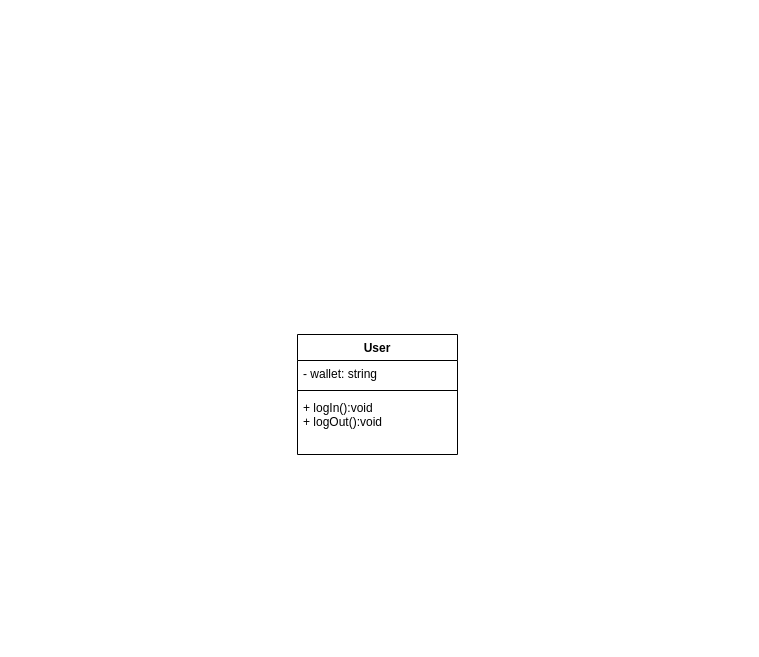
This is Class diagram.drawio.xml from Asilvorcarp/draw.io, a draw.io file, before an edit. Source tidied: cells renumbered, new cells numbered last; positions are measured from the earlier drawing's top-left corner, leaving out a move shared by most shapes. Both pictures are drawn from the tidied source at 100%, with x=0, y=0 at pixel (297, 334).
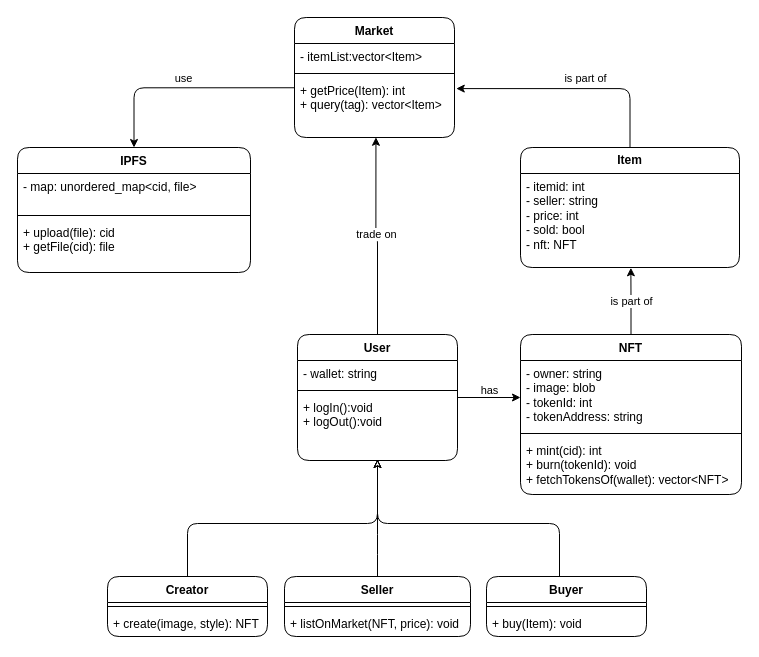
The same page after the edit.

Diff of the diagram source:
```diff
@@
+    <mxCell id="6" style="edgeStyle=orthogonalEdgeStyle;rounded=1;jettySize=auto;html=1;endArrow=classic;endFill=0;" parent="1" edge="1" source="7">
+      <mxGeometry relative="1" as="geometry">
+        <mxPoint x="80" y="125" as="targetPoint" />
+        <Array as="points">
+          <mxPoint x="262" y="189" />
+          <mxPoint x="80" y="189" />
+        </Array>
+      </mxGeometry>
+    </mxCell>
+    <mxCell id="7" value="Buyer" style="swimlane;fontStyle=1;align=center;verticalAlign=top;horizontal=1;startSize=26;whiteSpace=wrap;html=1;rounded=1;" parent="1" vertex="1">
+      <mxGeometry x="189" y="242" width="160" height="60" as="geometry" />
+    </mxCell>
+    <mxCell id="8" style="line;strokeWidth=1;fillColor=none;align=left;verticalAlign=middle;spacingTop=-1;spacingLeft=3;spacingRight=3;labelPosition=right;strokeColor=inherit;" parent="7" vertex="1">
+      <mxGeometry y="26" width="160" height="8" as="geometry" />
+    </mxCell>
+    <mxCell id="9" value="+ buy(Item): void" style="text;strokeColor=none;fillColor=none;align=left;verticalAlign=top;spacingLeft=4;spacingRight=4;overflow=hidden;whiteSpace=wrap;html=1;" parent="7" vertex="1">
+      <mxGeometry y="34" width="160" height="26" as="geometry" />
+    </mxCell>
+    <mxCell id="10" style="edgeStyle=orthogonalEdgeStyle;rounded=1;jettySize=auto;html=1;exitX=0;exitY=0.171;exitDx=0;exitDy=0;exitPerimeter=0;" parent="1" edge="1" source="15" target="16">
+      <mxGeometry relative="1" as="geometry" />
+    </mxCell>
+    <mxCell id="11" value="use" style="edgeLabel;html=1;align=center;verticalAlign=middle;" parent="10" vertex="1">
+      <mxGeometry x="0.01" y="-2" relative="1" as="geometry">
+        <mxPoint y="-8" as="offset" />
+      </mxGeometry>
+    </mxCell>
+    <mxCell id="12" value="Market" style="swimlane;fontStyle=1;align=center;verticalAlign=top;horizontal=1;startSize=26;whiteSpace=wrap;html=1;rounded=1;" parent="1" vertex="1">
+      <mxGeometry x="-3" y="-317" width="160" height="120" as="geometry" />
+    </mxCell>
+    <mxCell id="13" value="- itemList:vector&amp;lt;Item&amp;gt;" style="text;strokeColor=none;fillColor=none;align=left;verticalAlign=top;spacingLeft=4;spacingRight=4;overflow=hidden;whiteSpace=wrap;html=1;rounded=1;" parent="12" vertex="1">
+      <mxGeometry y="26" width="160" height="26" as="geometry" />
+    </mxCell>
+    <mxCell id="14" style="line;strokeWidth=1;fillColor=none;align=left;verticalAlign=middle;spacingTop=-1;spacingLeft=3;spacingRight=3;labelPosition=right;strokeColor=inherit;" parent="12" vertex="1">
+      <mxGeometry y="52" width="160" height="8" as="geometry" />
+    </mxCell>
+    <mxCell id="15" value="+ getPrice(Item): int&lt;br&gt;+ query(tag):&amp;nbsp;vector&amp;lt;Item&amp;gt;" style="text;strokeColor=none;fillColor=none;align=left;verticalAlign=top;spacingLeft=4;spacingRight=4;overflow=hidden;points=[[0,0.5],[1,0.5]];portConstraint=eastwest;whiteSpace=wrap;html=1;" parent="12" vertex="1">
+      <mxGeometry y="60" width="160" height="60" as="geometry" />
+    </mxCell>
+    <mxCell id="16" value="IPFS" style="swimlane;fontStyle=1;align=center;verticalAlign=top;horizontal=1;startSize=26;whiteSpace=wrap;html=1;rounded=1;" parent="1" vertex="1">
+      <mxGeometry x="-280" y="-187" width="233" height="125" as="geometry" />
+    </mxCell>
+    <mxCell id="17" value="- map: unordered_map&amp;lt;cid, file&amp;gt;" style="text;strokeColor=none;fillColor=none;align=left;verticalAlign=top;spacingLeft=4;spacingRight=4;overflow=hidden;whiteSpace=wrap;html=1;" parent="16" vertex="1">
+      <mxGeometry y="26" width="233" height="38" as="geometry" />
+    </mxCell>
+    <mxCell id="18" style="line;strokeWidth=1;fillColor=none;align=left;verticalAlign=middle;spacingTop=-1;spacingLeft=3;spacingRight=3;labelPosition=right;strokeColor=inherit;" parent="16" vertex="1">
+      <mxGeometry y="64" width="233" height="8" as="geometry" />
+    </mxCell>
+    <mxCell id="19" value="+ upload(file): cid&lt;br&gt;+ getFile(cid): file" style="text;strokeColor=none;fillColor=none;align=left;verticalAlign=top;spacingLeft=4;spacingRight=4;overflow=hidden;whiteSpace=wrap;html=1;" parent="16" vertex="1">
+      <mxGeometry y="72" width="233" height="53" as="geometry" />
+    </mxCell>
+    <mxCell id="20" value="is part of" style="edgeStyle=orthogonalEdgeStyle;rounded=0;jettySize=auto;html=1;entryX=0.504;entryY=1.003;entryDx=0;entryDy=0;entryPerimeter=0;" parent="1" edge="1" source="21" target="28">
+      <mxGeometry relative="1" as="geometry" />
+    </mxCell>
+    <mxCell id="21" value="NFT" style="swimlane;fontStyle=1;align=center;verticalAlign=top;horizontal=1;startSize=26;whiteSpace=wrap;html=1;rounded=1;" parent="1" vertex="1">
+      <mxGeometry x="223" width="221" height="160" as="geometry" />
+    </mxCell>
+    <mxCell id="22" value="- owner: string&lt;br&gt;- image: blob&lt;br&gt;- tokenId: int&lt;br&gt;- tokenAddress: string" style="text;strokeColor=none;fillColor=none;align=left;verticalAlign=top;spacingLeft=4;spacingRight=4;overflow=hidden;whiteSpace=wrap;html=1;" parent="21" vertex="1">
+      <mxGeometry y="26" width="221" height="69" as="geometry" />
+    </mxCell>
+    <mxCell id="23" style="line;strokeWidth=1;fillColor=none;align=left;verticalAlign=middle;spacingTop=-1;spacingLeft=3;spacingRight=3;labelPosition=right;strokeColor=inherit;" parent="21" vertex="1">
+      <mxGeometry y="95" width="221" height="8" as="geometry" />
+    </mxCell>
+    <mxCell id="24" value="+ mint(cid): int&lt;br&gt;+ burn(tokenId): void&lt;br&gt;+ fetchTokensOf(wallet): vector&amp;lt;NFT&amp;gt;" style="text;strokeColor=none;fillColor=none;align=left;verticalAlign=top;spacingLeft=4;spacingRight=4;overflow=hidden;whiteSpace=wrap;html=1;" parent="21" vertex="1">
+      <mxGeometry y="103" width="221" height="57" as="geometry" />
+    </mxCell>
+    <mxCell id="25" style="edgeStyle=orthogonalEdgeStyle;rounded=1;jettySize=auto;html=1;entryX=1.011;entryY=0.185;entryDx=0;entryDy=0;entryPerimeter=0;" parent="1" edge="1" source="27" target="15">
+      <mxGeometry relative="1" as="geometry" />
+    </mxCell>
+    <mxCell id="26" value="is part of" style="edgeLabel;html=1;align=center;verticalAlign=middle;" parent="25" vertex="1">
+      <mxGeometry x="-0.05" y="1" relative="1" as="geometry">
+        <mxPoint x="7" y="-12" as="offset" />
+      </mxGeometry>
+    </mxCell>
+    <mxCell id="27" value="&lt;b&gt;Item&lt;/b&gt;" style="swimlane;fontStyle=0;horizontal=1;startSize=26;fillColor=none;whiteSpace=wrap;html=1;rounded=1;" parent="1" vertex="1">
+      <mxGeometry x="223" y="-187" width="219" height="120" as="geometry" />
+    </mxCell>
+    <mxCell id="28" value="- itemid: int&lt;br&gt;- seller: string&lt;br&gt;- price: int&lt;br&gt;- sold: bool&lt;br&gt;- nft: NFT" style="text;strokeColor=none;fillColor=none;align=left;verticalAlign=top;spacingLeft=4;spacingRight=4;overflow=hidden;points=[[0,0.5],[1,0.5]];portConstraint=eastwest;whiteSpace=wrap;html=1;" parent="27" vertex="1">
+      <mxGeometry y="26" width="219" height="94" as="geometry" />
+    </mxCell>
+    <mxCell id="29" style="edgeStyle=orthogonalEdgeStyle;rounded=1;jettySize=auto;html=1;labelBorderColor=default;endArrow=classic;endFill=1;" parent="1" edge="1" source="2" target="21">
+      <mxGeometry relative="1" as="geometry">
+        <Array as="points">
+          <mxPoint x="230" y="60" />
+          <mxPoint x="230" y="60" />
+        </Array>
+      </mxGeometry>
+    </mxCell>
+    <mxCell id="30" value="has" style="edgeLabel;html=1;align=center;verticalAlign=middle;" parent="29" vertex="1">
+      <mxGeometry x="0.3" y="-1" relative="1" as="geometry">
+        <mxPoint x="-10" y="-9" as="offset" />
+      </mxGeometry>
+    </mxCell>
+    <mxCell id="31" style="edgeStyle=orthogonalEdgeStyle;rounded=1;jettySize=auto;html=1;exitX=0.5;exitY=0;exitDx=0;exitDy=0;entryX=0.509;entryY=0.996;entryDx=0;entryDy=0;entryPerimeter=0;" parent="1" edge="1" source="2" target="15">
+      <mxGeometry relative="1" as="geometry" />
+    </mxCell>
+    <mxCell id="32" value="trade on" style="edgeLabel;html=1;align=center;verticalAlign=middle;" parent="31" vertex="1">
+      <mxGeometry x="-0.21" relative="1" as="geometry">
+        <mxPoint x="-2" y="-22" as="offset" />
+      </mxGeometry>
+    </mxCell>
-    <mxCell id="2" value="User" style="swimlane;fontStyle=1;align=center;verticalAlign=top;horizontal=1;startSize=26;whiteSpace=wrap;html=1;" parent="1" vertex="1">
-      <mxGeometry width="160" height="120" as="geometry" />
+    <mxCell id="2" value="User" style="swimlane;fontStyle=1;align=center;verticalAlign=top;horizontal=1;startSize=26;whiteSpace=wrap;html=1;rounded=1;" parent="1" vertex="1">
+      <mxGeometry width="160" height="126" as="geometry" />
     </mxCell>
@@
-    <mxCell id="4" style="line;strokeWidth=1;fillColor=none;align=left;verticalAlign=middle;spacingTop=-1;spacingLeft=3;spacingRight=3;labelPosition=right;strokeColor=inherit;" parent="2" vertex="1">
-      <mxGeometry y="52" width="160" height="8" as="geometry" />
-    </mxCell>
+    <mxCell id="33" style="line;strokeWidth=1;fillColor=none;align=left;verticalAlign=middle;spacingTop=-1;spacingLeft=3;spacingRight=3;labelPosition=right;strokeColor=inherit;" parent="2" vertex="1">
+      <mxGeometry y="52" width="160" height="8" as="geometry" />
+    </mxCell>
     <mxCell id="5" value="+ logIn():void&lt;br&gt;+ logOut():void" style="text;strokeColor=none;fillColor=none;align=left;verticalAlign=top;spacingLeft=4;spacingRight=4;overflow=hidden;whiteSpace=wrap;html=1;" parent="2" vertex="1">
-      <mxGeometry y="60" width="160" height="60" as="geometry" />
+      <mxGeometry y="60" width="160" height="66" as="geometry" />
     </mxCell>
+    <mxCell id="34" style="edgeStyle=orthogonalEdgeStyle;rounded=1;jettySize=auto;html=1;endArrow=classic;endFill=0;" parent="1" edge="1" source="35">
+      <mxGeometry relative="1" as="geometry">
+        <mxPoint x="80" y="125" as="targetPoint" />
+        <Array as="points">
+          <mxPoint x="80" y="210" />
+          <mxPoint x="80" y="210" />
+        </Array>
+      </mxGeometry>
+    </mxCell>
+    <mxCell id="35" value="Seller" style="swimlane;fontStyle=1;align=center;verticalAlign=top;horizontal=1;startSize=26;whiteSpace=wrap;html=1;rounded=1;" parent="1" vertex="1">
+      <mxGeometry x="-13" y="242" width="186" height="60" as="geometry" />
+    </mxCell>
+    <mxCell id="36" style="line;strokeWidth=1;fillColor=none;align=left;verticalAlign=middle;spacingTop=-1;spacingLeft=3;spacingRight=3;labelPosition=right;strokeColor=inherit;" parent="35" vertex="1">
+      <mxGeometry y="26" width="186" height="8" as="geometry" />
+    </mxCell>
+    <mxCell id="37" value="+ listOnMarket(NFT, price): void" style="text;strokeColor=none;fillColor=none;align=left;verticalAlign=top;spacingLeft=4;spacingRight=4;overflow=hidden;whiteSpace=wrap;html=1;" parent="35" vertex="1">
+      <mxGeometry y="34" width="186" height="26" as="geometry" />
+    </mxCell>
+    <mxCell id="38" style="edgeStyle=orthogonalEdgeStyle;rounded=1;jettySize=auto;html=1;endArrow=classic;endFill=0;" parent="1" edge="1" source="39">
+      <mxGeometry relative="1" as="geometry">
+        <mxPoint x="80" y="125" as="targetPoint" />
+        <Array as="points">
+          <mxPoint x="-110" y="189" />
+          <mxPoint x="80" y="189" />
+        </Array>
+      </mxGeometry>
+    </mxCell>
+    <mxCell id="39" value="Creator" style="swimlane;fontStyle=1;align=center;verticalAlign=top;horizontal=1;startSize=26;whiteSpace=wrap;html=1;rounded=1;" parent="1" vertex="1">
+      <mxGeometry x="-190" y="242" width="160" height="60" as="geometry" />
+    </mxCell>
+    <mxCell id="40" style="line;strokeWidth=1;fillColor=none;align=left;verticalAlign=middle;spacingTop=-1;spacingLeft=3;spacingRight=3;labelPosition=right;strokeColor=inherit;" parent="39" vertex="1">
+      <mxGeometry y="26" width="160" height="8" as="geometry" />
+    </mxCell>
+    <mxCell id="41" value="+ create(image, style): NFT" style="text;strokeColor=none;fillColor=none;align=left;verticalAlign=top;spacingLeft=4;spacingRight=4;overflow=hidden;whiteSpace=wrap;html=1;" parent="39" vertex="1">
+      <mxGeometry y="34" width="160" height="26" as="geometry" />
+    </mxCell>
```
